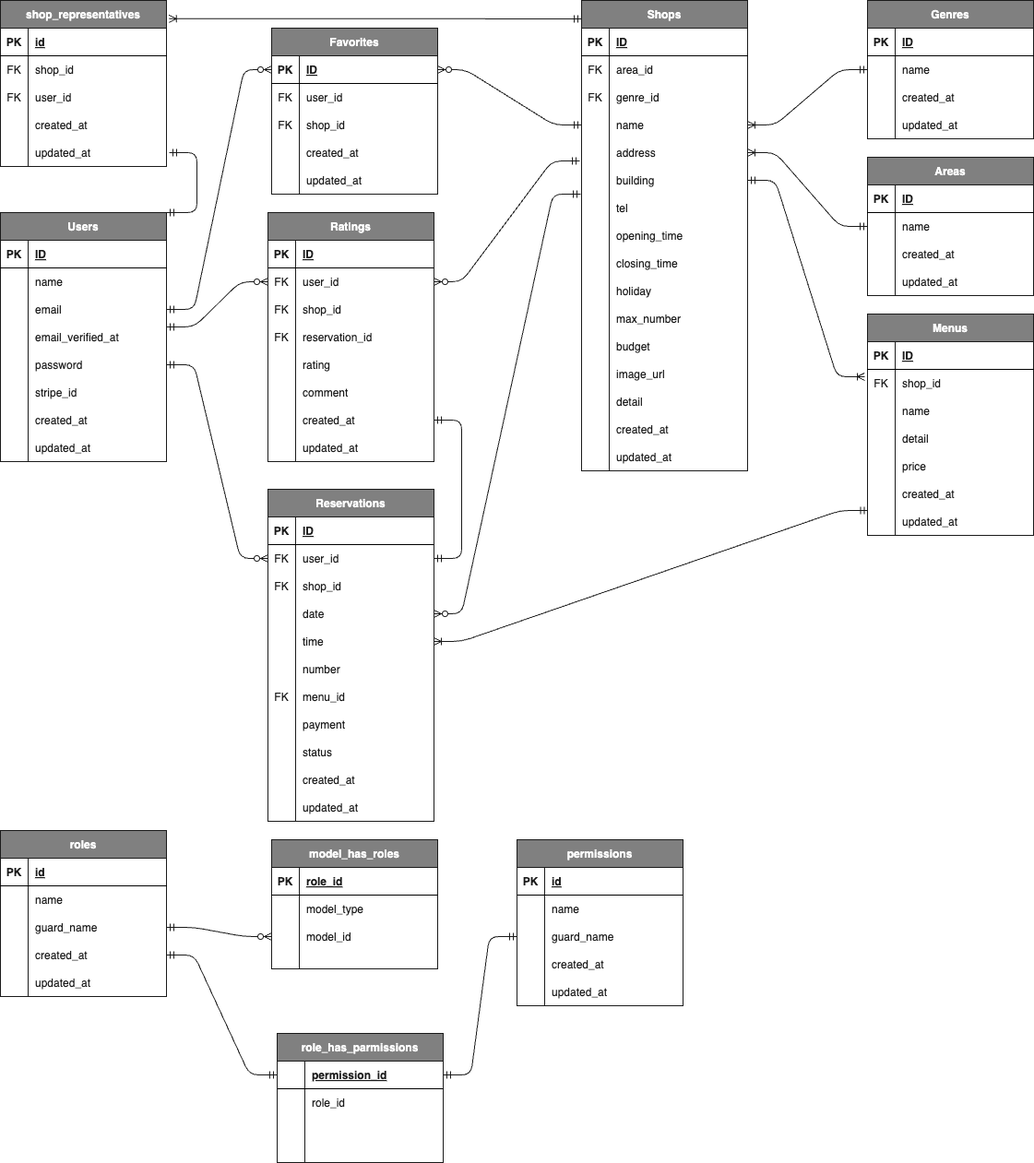
Earlier version of the draw.io export src/Rese.drawio.png (k-sasaki066/Rese). Source tidied: cells renumbered, new cells last; positions are measured from the earlier drawing's top-left corner, leaving out a move shared by most shapes.
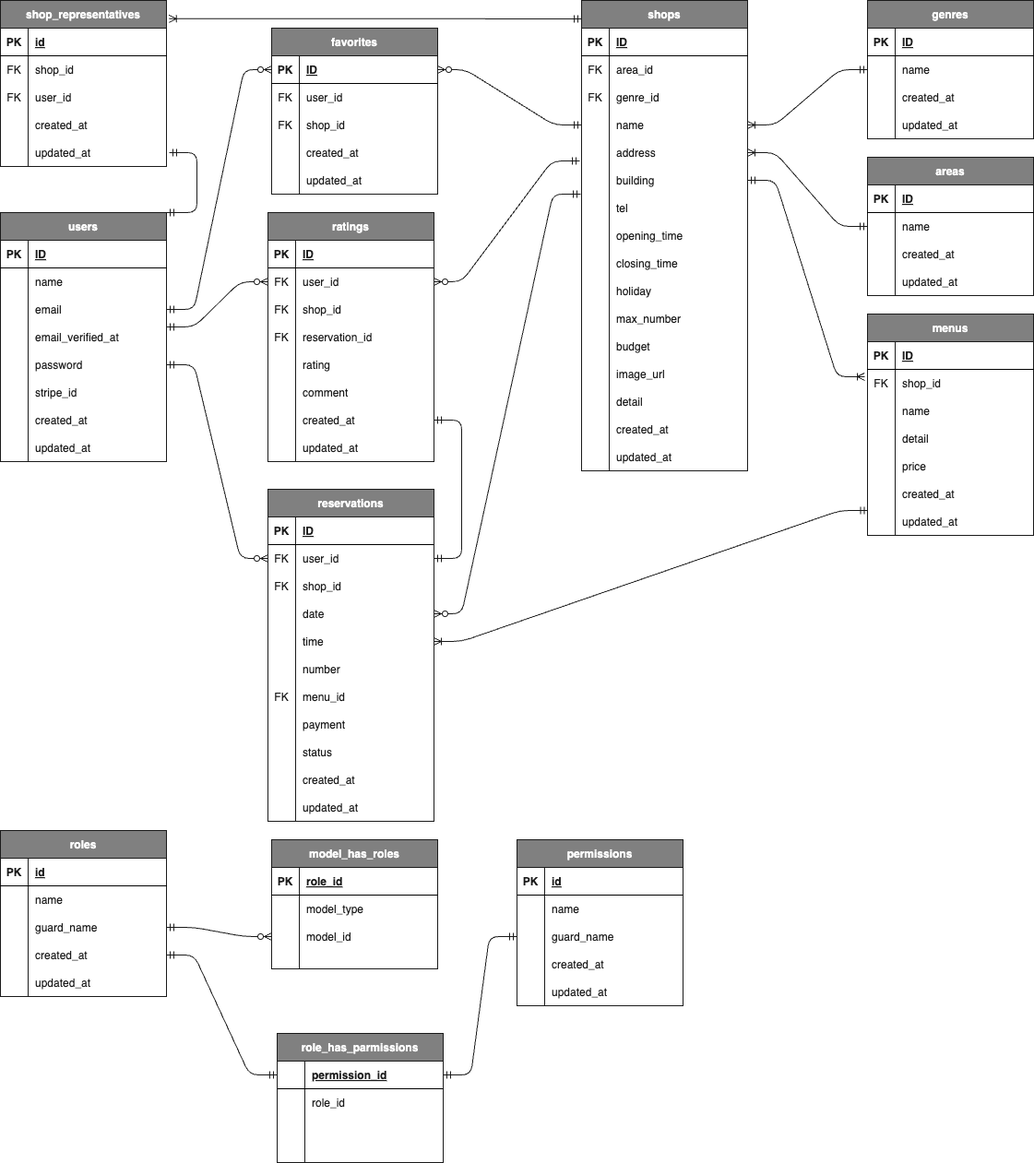
After the change.

Change to the diagram source:
```diff
@@ -2,7 +2,7 @@
   <root>
     <mxCell id="0" />
     <mxCell id="1" parent="0" />
-    <mxCell id="2" value="Areas" style="shape=table;startSize=30;rowLines=0;fontStyle=1;align=center;fontColor=#FFFFFF;labelBackgroundColor=none;labelBorderColor=none;fillColor=#808080;strokeColor=#1A1A1A;" parent="1" vertex="1">
+    <mxCell id="2" value="areas" style="shape=table;startSize=30;rowLines=0;fontStyle=1;align=center;fontColor=#FFFFFF;labelBackgroundColor=none;labelBorderColor=none;fillColor=#808080;strokeColor=#1A1A1A;" parent="1" vertex="1">
       <mxGeometry x="940" y="170" width="180" height="150" as="geometry" />
     </mxCell>
     <mxCell id="3" style="shape=tableRow;horizontal=0;startSize=0;swimlaneHead=0;swimlaneBody=0;fillColor=none;top=0;left=0;right=0;bottom=1;fontColor=#1A1A1A;" parent="2" vertex="1">
@@ -41,7 +41,7 @@
     <mxCell id="14" value="updated_at" style="shape=partialRectangle;fillColor=none;top=0;left=0;bottom=0;right=0;align=left;spacingLeft=6;overflow=hidden;fontColor=#1A1A1A;" parent="12" vertex="1">
       <mxGeometry x="30" width="150" height="30" as="geometry" />
     </mxCell>
-    <mxCell id="15" value="Genres" style="shape=table;startSize=30;rowLines=0;fontStyle=1;align=center;fontColor=#FFFFFF;labelBackgroundColor=none;labelBorderColor=none;fillColor=#808080;strokeColor=#1A1A1A;" parent="1" vertex="1">
+    <mxCell id="15" value="genres" style="shape=table;startSize=30;rowLines=0;fontStyle=1;align=center;fontColor=#FFFFFF;labelBackgroundColor=none;labelBorderColor=none;fillColor=#808080;strokeColor=#1A1A1A;" parent="1" vertex="1">
       <mxGeometry x="940" width="180" height="150" as="geometry" />
     </mxCell>
     <mxCell id="16" style="shape=tableRow;horizontal=0;startSize=0;swimlaneHead=0;swimlaneBody=0;fillColor=none;top=0;left=0;right=0;bottom=1;fontColor=#1A1A1A;" parent="15" vertex="1">
@@ -80,7 +80,7 @@
     <mxCell id="27" value="updated_at" style="shape=partialRectangle;fillColor=none;top=0;left=0;bottom=0;right=0;align=left;spacingLeft=6;overflow=hidden;fontColor=#1A1A1A;" parent="25" vertex="1">
       <mxGeometry x="30" width="150" height="30" as="geometry" />
     </mxCell>
-    <mxCell id="28" value="Favorites" style="shape=table;startSize=30;rowLines=0;fontStyle=1;align=center;fontColor=#FFFFFF;labelBackgroundColor=none;labelBorderColor=none;fillColor=#808080;strokeColor=#1A1A1A;" parent="1" vertex="1">
+    <mxCell id="28" value="favorites" style="shape=table;startSize=30;rowLines=0;fontStyle=1;align=center;fontColor=#FFFFFF;labelBackgroundColor=none;labelBorderColor=none;fillColor=#808080;strokeColor=#1A1A1A;" parent="1" vertex="1">
       <mxGeometry x="294" y="30" width="180" height="180" as="geometry" />
     </mxCell>
     <mxCell id="29" style="shape=tableRow;horizontal=0;startSize=0;swimlaneHead=0;swimlaneBody=0;fillColor=none;points=[[0,0.5],[1,0.5]];portConstraint=eastwest;top=0;left=0;right=0;bottom=1;fontColor=#1A1A1A;" parent="28" vertex="1">
@@ -128,7 +128,7 @@
     <mxCell id="43" value="updated_at" style="shape=partialRectangle;fillColor=none;top=0;left=0;bottom=0;right=0;align=left;spacingLeft=6;overflow=hidden;fontColor=#1A1A1A;" parent="41" vertex="1">
       <mxGeometry x="30" width="150" height="30" as="geometry" />
     </mxCell>
-    <mxCell id="44" value="Menus" style="shape=table;startSize=30;rowLines=0;fontStyle=1;align=center;fontColor=#FFFFFF;labelBackgroundColor=none;labelBorderColor=none;fillColor=#808080;strokeColor=#1A1A1A;" parent="1" vertex="1">
+    <mxCell id="44" value="menus" style="shape=table;startSize=30;rowLines=0;fontStyle=1;align=center;fontColor=#FFFFFF;labelBackgroundColor=none;labelBorderColor=none;fillColor=#808080;strokeColor=#1A1A1A;" parent="1" vertex="1">
       <mxGeometry x="940" y="340" width="180" height="240" as="geometry" />
     </mxCell>
     <mxCell id="45" style="shape=tableRow;horizontal=0;startSize=0;swimlaneHead=0;swimlaneBody=0;fillColor=none;top=0;left=0;right=0;bottom=1;fontColor=#1A1A1A;" parent="44" vertex="1">
@@ -194,7 +194,7 @@
     <mxCell id="65" value="updated_at" style="shape=partialRectangle;fillColor=none;top=0;left=0;bottom=0;right=0;align=left;spacingLeft=6;overflow=hidden;fontColor=#1A1A1A;" parent="63" vertex="1">
       <mxGeometry x="30" width="150" height="30" as="geometry" />
     </mxCell>
-    <mxCell id="66" value="Shops" style="shape=table;startSize=30;rowLines=0;fontStyle=1;align=center;fontColor=#FFFFFF;labelBackgroundColor=none;labelBorderColor=none;fillColor=#808080;strokeColor=#1A1A1A;" parent="1" vertex="1">
+    <mxCell id="66" value="shops" style="shape=table;startSize=30;rowLines=0;fontStyle=1;align=center;fontColor=#FFFFFF;labelBackgroundColor=none;labelBorderColor=none;fillColor=#808080;strokeColor=#1A1A1A;" parent="1" vertex="1">
       <mxGeometry x="630" width="180" height="510" as="geometry" />
     </mxCell>
     <mxCell id="67" style="shape=tableRow;horizontal=0;startSize=0;swimlaneHead=0;swimlaneBody=0;fillColor=none;top=0;left=0;right=0;bottom=1;fontColor=#1A1A1A;" parent="66" vertex="1">
@@ -341,7 +341,7 @@
     <mxCell id="114" value="updated_at" style="shape=partialRectangle;fillColor=none;top=0;left=0;bottom=0;right=0;align=left;spacingLeft=6;overflow=hidden;fontColor=#1A1A1A;" parent="112" vertex="1">
       <mxGeometry x="30" width="150" height="30" as="geometry" />
     </mxCell>
-    <mxCell id="115" value="Users" style="shape=table;startSize=30;rowLines=0;fontStyle=1;align=center;fontColor=#FFFFFF;labelBackgroundColor=none;labelBorderColor=none;fillColor=#808080;strokeColor=#1A1A1A;" parent="1" vertex="1">
+    <mxCell id="115" value="users" style="shape=table;startSize=30;rowLines=0;fontStyle=1;align=center;fontColor=#FFFFFF;labelBackgroundColor=none;labelBorderColor=none;fillColor=#808080;strokeColor=#1A1A1A;" parent="1" vertex="1">
       <mxGeometry y="230" width="180" height="270" as="geometry" />
     </mxCell>
     <mxCell id="116" style="shape=tableRow;horizontal=0;startSize=0;swimlaneHead=0;swimlaneBody=0;fillColor=none;top=0;left=0;right=0;bottom=1;fontColor=#1A1A1A;" parent="115" vertex="1">
@@ -679,7 +679,7 @@
     <mxCell id="226" style="edgeStyle=entityRelationEdgeStyle;fontSize=12;html=1;endArrow=ERzeroToMany;startArrow=ERmandOne;strokeColor=#1A1A1A;fontColor=#1A1A1A;entryX=0;entryY=0.5;entryDx=0;entryDy=0;exitX=1;exitY=0.5;exitDx=0;exitDy=0;" parent="1" edge="1" source="176" target="147">
       <mxGeometry relative="1" as="geometry" />
     </mxCell>
-    <mxCell id="227" value="Reservations" style="shape=table;startSize=30;rowLines=0;fontStyle=1;align=center;fontColor=#FFFFFF;labelBackgroundColor=none;labelBorderColor=none;fillColor=#808080;strokeColor=#1A1A1A;" parent="1" vertex="1">
+    <mxCell id="227" value="reservations" style="shape=table;startSize=30;rowLines=0;fontStyle=1;align=center;fontColor=#FFFFFF;labelBackgroundColor=none;labelBorderColor=none;fillColor=#808080;strokeColor=#1A1A1A;" parent="1" vertex="1">
       <mxGeometry x="290" y="530" width="180" height="360" as="geometry" />
     </mxCell>
     <mxCell id="228" style="shape=tableRow;horizontal=0;startSize=0;swimlaneHead=0;swimlaneBody=0;fillColor=none;top=0;left=0;right=0;bottom=1;fontColor=#1A1A1A;" parent="227" vertex="1">
@@ -784,7 +784,7 @@
     <mxCell id="261" style="edgeStyle=entityRelationEdgeStyle;fontSize=12;html=1;endArrow=ERoneToMany;startArrow=ERmandOne;fontColor=#1A1A1A;strokeColor=#1A1A1A;entryX=1;entryY=0.5;entryDx=0;entryDy=0;exitX=0.003;exitY=0.097;exitDx=0;exitDy=0;exitPerimeter=0;" parent="1" edge="1" source="63" target="240">
       <mxGeometry relative="1" as="geometry" />
     </mxCell>
-    <mxCell id="262" value="Ratings" style="shape=table;startSize=30;rowLines=0;fontStyle=1;align=center;fontColor=#FFFFFF;labelBackgroundColor=none;labelBorderColor=none;fillColor=#808080;strokeColor=#1A1A1A;" parent="1" vertex="1">
+    <mxCell id="262" value="ratings" style="shape=table;startSize=30;rowLines=0;fontStyle=1;align=center;fontColor=#FFFFFF;labelBackgroundColor=none;labelBorderColor=none;fillColor=#808080;strokeColor=#1A1A1A;" parent="1" vertex="1">
       <mxGeometry x="290" y="230" width="180" height="270" as="geometry" />
     </mxCell>
     <mxCell id="263" style="shape=tableRow;horizontal=0;startSize=0;swimlaneHead=0;swimlaneBody=0;fillColor=none;top=0;left=0;right=0;bottom=1;fontColor=#1A1A1A;" parent="262" vertex="1">
```
